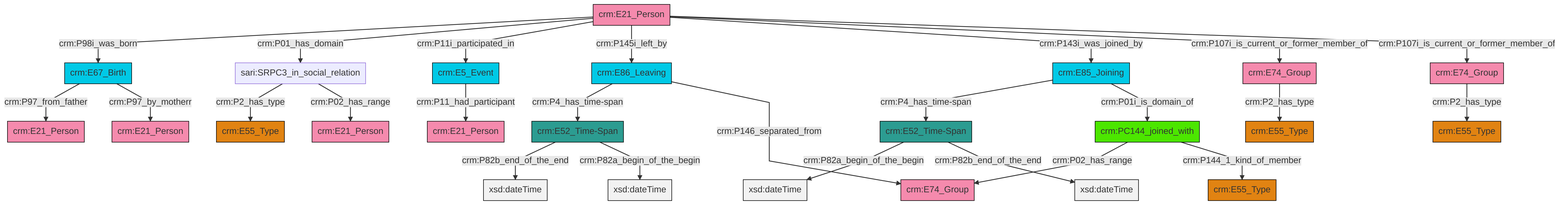
Before: et/personCSV/ttl/mmd/png/Person_Actor_Relations.png, a diagram exported from Mermaid (swiss-art-research-net/docs.swissartresearch). Its source is kept beside it as et/personCSV/ttl/mmd/Person_Actor_Relations.ttl.mmd.
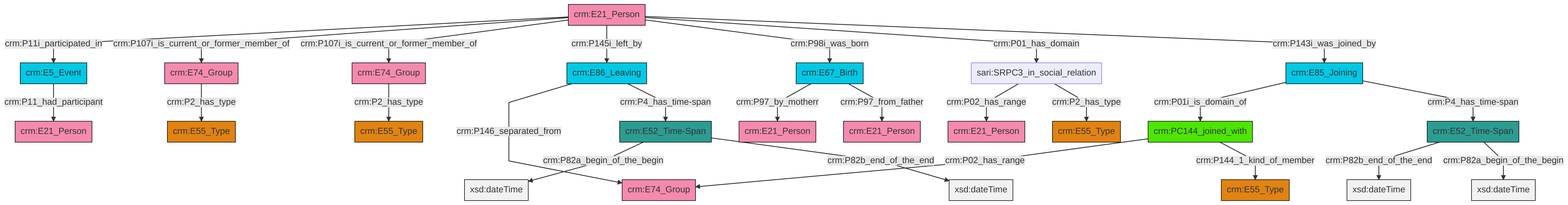
The same file after the commit.

Diff of the diagram source:
```diff
@@ -13,27 +13,27 @@
 classDef PC_Classes fill:#4ce600, stroke:#000000;
 classDef Multi fill:#cccccc,stroke:#000000;
 
-4["crm:E85_Joining"]:::Temporal_Entity -->|crm:P4_has_time-span| 5["crm:E52_Time-Span"]:::Time-Span
-0["crm:E74_Group"]:::Actor -->|crm:P2_has_type| 6["crm:E55_Type"]:::Type
-8["crm:E21_Person"]:::Actor -->|crm:P98i_was_born| 9["crm:E67_Birth"]:::Temporal_Entity
-4["crm:E85_Joining"]:::Temporal_Entity -->|crm:P01i_is_domain_of| 10["crm:PC144_joined_with"]:::PC_Classes
-8["crm:E21_Person"]:::Actor -->|crm:P01_has_domain| 15["sari:SRPC3_in_social_relation"]:::Default
-8["crm:E21_Person"]:::Actor -->|crm:P11i_participated_in| 16["crm:E5_Event"]:::Temporal_Entity
-10["crm:PC144_joined_with"]:::PC_Classes -->|crm:P02_has_range| 18["crm:E74_Group"]:::Actor
-15["sari:SRPC3_in_social_relation"]:::Default -->|crm:P2_has_type| 19["crm:E55_Type"]:::Type
-22["crm:E86_Leaving"]:::Temporal_Entity -->|crm:P4_has_time-span| 23["crm:E52_Time-Span"]:::Time-Span
-23["crm:E52_Time-Span"]:::Time-Span -->|crm:P82b_end_of_the_end| 24[xsd:dateTime]:::Literal
-8["crm:E21_Person"]:::Actor -->|crm:P145i_left_by| 22["crm:E86_Leaving"]:::Temporal_Entity
-5["crm:E52_Time-Span"]:::Time-Span -->|crm:P82a_begin_of_the_begin| 25[xsd:dateTime]:::Literal
-9["crm:E67_Birth"]:::Temporal_Entity -->|crm:P97_from_father| 35["crm:E21_Person"]:::Actor
-38["crm:E74_Group"]:::Actor -->|crm:P2_has_type| 13["crm:E55_Type"]:::Type
-9["crm:E67_Birth"]:::Temporal_Entity -->|crm:P97_by_motherr| 31["crm:E21_Person"]:::Actor
-23["crm:E52_Time-Span"]:::Time-Span -->|crm:P82a_begin_of_the_begin| 40[xsd:dateTime]:::Literal
-8["crm:E21_Person"]:::Actor -->|crm:P143i_was_joined_by| 4["crm:E85_Joining"]:::Temporal_Entity
-10["crm:PC144_joined_with"]:::PC_Classes -->|crm:P144_1_kind_of_member| 20["crm:E55_Type"]:::Type
-16["crm:E5_Event"]:::Temporal_Entity -->|crm:P11_had_participant| 2["crm:E21_Person"]:::Actor
-8["crm:E21_Person"]:::Actor -->|crm:P107i_is_current_or_former_member_of| 38["crm:E74_Group"]:::Actor
-15["sari:SRPC3_in_social_relation"]:::Default -->|crm:P02_has_range| 41["crm:E21_Person"]:::Actor
-5["crm:E52_Time-Span"]:::Time-Span -->|crm:P82b_end_of_the_end| 44[xsd:dateTime]:::Literal
-22["crm:E86_Leaving"]:::Temporal_Entity -->|crm:P146_separated_from| 18["crm:E74_Group"]:::Actor
-8["crm:E21_Person"]:::Actor -->|crm:P107i_is_current_or_former_member_of| 0["crm:E74_Group"]:::Actor
+2["crm:E21_Person"]:::Actor -->|crm:P11i_participated_in| 3["crm:E5_Event"]:::Temporal_Entity
+4["crm:E74_Group"]:::Actor -->|crm:P2_has_type| 0["crm:E55_Type"]:::Type
+3["crm:E5_Event"]:::Temporal_Entity -->|crm:P11_had_participant| 5["crm:E21_Person"]:::Actor
+8["crm:E86_Leaving"]:::Temporal_Entity -->|crm:P146_separated_from| 9["crm:E74_Group"]:::Actor
+2["crm:E21_Person"]:::Actor -->|crm:P107i_is_current_or_former_member_of| 12["crm:E74_Group"]:::Actor
+13["crm:E85_Joining"]:::Temporal_Entity -->|crm:P01i_is_domain_of| 6["crm:PC144_joined_with"]:::PC_Classes
+17["sari:SRPC3_in_social_relation"]:::Default -->|crm:P02_has_range| 18["crm:E21_Person"]:::Actor
+2["crm:E21_Person"]:::Actor -->|crm:P107i_is_current_or_former_member_of| 4["crm:E74_Group"]:::Actor
+21["crm:E52_Time-Span"]:::Time-Span -->|crm:P82b_end_of_the_end| 22[xsd:dateTime]:::Literal
+2["crm:E21_Person"]:::Actor -->|crm:P145i_left_by| 8["crm:E86_Leaving"]:::Temporal_Entity
+2["crm:E21_Person"]:::Actor -->|crm:P98i_was_born| 25["crm:E67_Birth"]:::Temporal_Entity
+2["crm:E21_Person"]:::Actor -->|crm:P01_has_domain| 17["sari:SRPC3_in_social_relation"]:::Default
+25["crm:E67_Birth"]:::Temporal_Entity -->|crm:P97_by_motherr| 23["crm:E21_Person"]:::Actor
+12["crm:E74_Group"]:::Actor -->|crm:P2_has_type| 10["crm:E55_Type"]:::Type
+25["crm:E67_Birth"]:::Temporal_Entity -->|crm:P97_from_father| 26["crm:E21_Person"]:::Actor
+6["crm:PC144_joined_with"]:::PC_Classes -->|crm:P02_has_range| 9["crm:E74_Group"]:::Actor
+13["crm:E85_Joining"]:::Temporal_Entity -->|crm:P4_has_time-span| 21["crm:E52_Time-Span"]:::Time-Span
+8["crm:E86_Leaving"]:::Temporal_Entity -->|crm:P4_has_time-span| 31["crm:E52_Time-Span"]:::Time-Span
+21["crm:E52_Time-Span"]:::Time-Span -->|crm:P82a_begin_of_the_begin| 37[xsd:dateTime]:::Literal
+6["crm:PC144_joined_with"]:::PC_Classes -->|crm:P144_1_kind_of_member| 19["crm:E55_Type"]:::Type
+2["crm:E21_Person"]:::Actor -->|crm:P143i_was_joined_by| 13["crm:E85_Joining"]:::Temporal_Entity
+17["sari:SRPC3_in_social_relation"]:::Default -->|crm:P2_has_type| 29["crm:E55_Type"]:::Type
+31["crm:E52_Time-Span"]:::Time-Span -->|crm:P82a_begin_of_the_begin| 40[xsd:dateTime]:::Literal
+31["crm:E52_Time-Span"]:::Time-Span -->|crm:P82b_end_of_the_end| 44[xsd:dateTime]:::Literal
```
